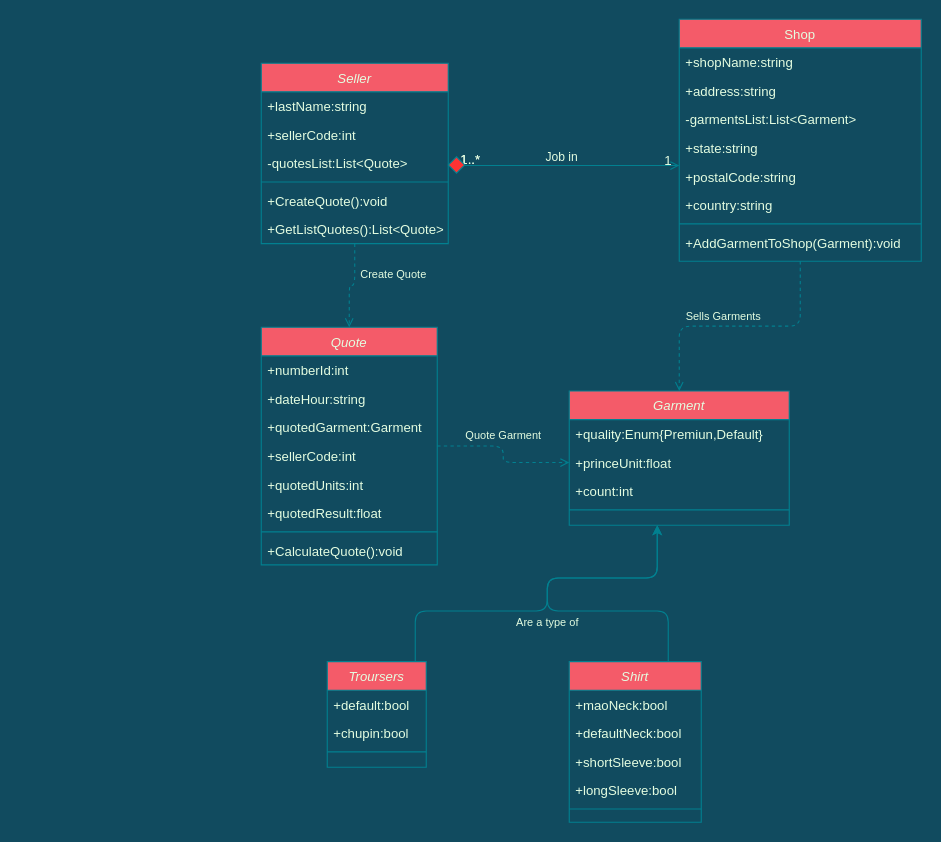
The draw.io diagram Untitled Diagram.drawio in miguelvara456/project-examen-practico-miguel-varas, before the edit. Source tidied: cells renumbered, new cells numbered last; positions are measured from the earlier drawing's top-left corner, leaving out a move shared by most shapes. Both pictures are drawn from the tidied source at 110%, with x=0, y=0 at pixel (261, 19).
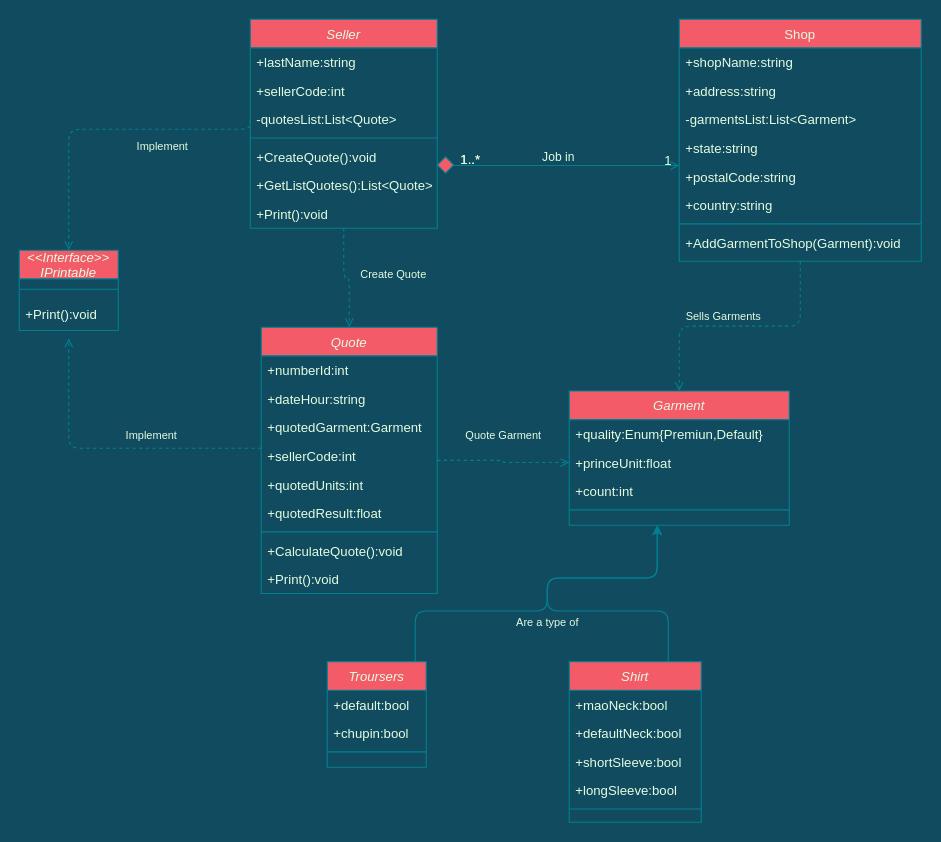
The same page after the edit.

The change refers to these unchanged cells:
```xml
<mxCell id="6" value="-quotesList:List&lt;Quote&gt;" style="text;align=left;verticalAlign=top;spacingLeft=4;spacingRight=4;overflow=hidden;points=[[0,0.5],[1,0.5]];portConstraint=eastwest;rounded=0;shadow=0;html=0;fontColor=#E4FDE1;" parent="3" vertex="1">
  <mxGeometry y="78" width="170" height="26" as="geometry" />
</mxCell>
<mxCell id="11" value="Shop" style="swimlane;fontStyle=0;align=center;verticalAlign=top;horizontal=1;startSize=26;rounded=0;shadow=0;strokeWidth=1;fillColor=#F45B69;strokeColor=#028090;fontColor=#E4FDE1;" parent="1" vertex="1">
  <mxGeometry x="380" width="220" height="220" as="geometry" />
</mxCell>
<mxCell id="35" value="Garment" style="swimlane;fontStyle=2;align=center;verticalAlign=top;horizontal=1;startSize=26;rounded=0;shadow=0;strokeWidth=1;fillColor=#F45B69;strokeColor=#028090;fontColor=#E4FDE1;" parent="1" vertex="1">
  <mxGeometry x="280" y="338" width="200" height="122" as="geometry" />
</mxCell>
<mxCell id="37" value="+princeUnit:float" style="text;align=left;verticalAlign=top;spacingLeft=4;spacingRight=4;overflow=hidden;points=[[0,0.5],[1,0.5]];portConstraint=eastwest;rounded=0;shadow=0;html=0;fontColor=#E4FDE1;" parent="35" vertex="1">
  <mxGeometry y="52" width="200" height="26" as="geometry" />
</mxCell>
<mxCell id="41" value="Troursers" style="swimlane;fontStyle=2;align=center;verticalAlign=top;horizontal=1;startSize=26;rounded=0;shadow=0;strokeWidth=1;fillColor=#F45B69;strokeColor=#028090;fontColor=#E4FDE1;" parent="1" vertex="1">
  <mxGeometry x="60" y="584" width="90" height="96" as="geometry" />
</mxCell>
<mxCell id="46" value="Shirt" style="swimlane;fontStyle=2;align=center;verticalAlign=top;horizontal=1;startSize=26;rounded=0;shadow=0;strokeWidth=1;fillColor=#F45B69;strokeColor=#028090;fontColor=#E4FDE1;" parent="1" vertex="1">
  <mxGeometry x="280" y="584" width="120" height="146" as="geometry" />
</mxCell>
```

Change to the diagram source:
```diff
@@
-    <mxCell id="2" style="edgeStyle=orthogonalEdgeStyle;curved=0;rounded=1;sketch=0;jettySize=auto;html=1;exitX=0.5;exitY=1;exitDx=0;exitDy=0;entryX=0.5;entryY=0;entryDx=0;entryDy=0;dashed=1;fontSize=10;fontColor=#E4FDE1;endArrow=open;endFill=0;strokeColor=#028090;fillColor=#F45B69;" parent="1" edge="1" source="3" target="26">
+    <mxCell id="2" style="edgeStyle=orthogonalEdgeStyle;curved=0;rounded=1;sketch=0;jettySize=auto;html=1;exitX=0.5;exitY=1;exitDx=0;exitDy=0;entryX=0.5;entryY=0;entryDx=0;entryDy=0;dashed=1;fontSize=10;fontColor=#E4FDE1;endArrow=open;endFill=0;strokeColor=#028090;fillColor=#F45B69;labelBackgroundColor=#114B5F;" parent="1" edge="1" source="3" target="26">
       <mxGeometry relative="1" as="geometry" />
     </mxCell>
     <mxCell id="3" value="Seller" style="swimlane;fontStyle=2;align=center;verticalAlign=top;horizontal=1;startSize=26;rounded=0;shadow=0;strokeWidth=1;fillColor=#F45B69;strokeColor=#028090;fontColor=#E4FDE1;" parent="1" vertex="1">
-      <mxGeometry y="40" width="170" height="164" as="geometry" />
+      <mxGeometry x="-10" width="170" height="190" as="geometry" />
     </mxCell>
@@
+    <mxCell id="57" value="+Print():void" style="text;align=left;verticalAlign=top;spacingLeft=4;spacingRight=4;overflow=hidden;rounded=0;shadow=0;html=0;fontColor=#E4FDE1;" parent="3" vertex="1">
+      <mxGeometry y="164" width="170" height="26" as="geometry" />
+    </mxCell>
-    <mxCell id="10" style="edgeStyle=orthogonalEdgeStyle;curved=0;rounded=1;sketch=0;jettySize=auto;html=1;exitX=0.5;exitY=1;exitDx=0;exitDy=0;entryX=0.5;entryY=0;entryDx=0;entryDy=0;dashed=1;fontSize=10;fontColor=#E4FDE1;endArrow=open;endFill=0;strokeColor=#028090;fillColor=#F45B69;" parent="1" edge="1" source="11" target="35">
+    <mxCell id="10" style="edgeStyle=orthogonalEdgeStyle;curved=0;rounded=1;sketch=0;jettySize=auto;html=1;exitX=0.5;exitY=1;exitDx=0;exitDy=0;entryX=0.5;entryY=0;entryDx=0;entryDy=0;dashed=1;fontSize=10;fontColor=#E4FDE1;endArrow=open;endFill=0;strokeColor=#028090;fillColor=#F45B69;labelBackgroundColor=#114B5F;" parent="1" edge="1" source="11" target="35">
       <mxGeometry relative="1" as="geometry" />
     </mxCell>
@@
-    <mxCell id="25" style="edgeStyle=orthogonalEdgeStyle;curved=0;rounded=1;sketch=0;jettySize=auto;html=1;fontColor=#E4FDE1;strokeColor=#028090;fillColor=#F45B69;dashed=1;endArrow=open;endFill=0;" parent="1" edge="1" source="26" target="37">
+    <mxCell id="25" style="edgeStyle=orthogonalEdgeStyle;curved=0;rounded=1;sketch=0;jettySize=auto;html=1;fontColor=#E4FDE1;strokeColor=#028090;fillColor=#F45B69;dashed=1;endArrow=open;endFill=0;labelBackgroundColor=#114B5F;" parent="1" edge="1" source="26" target="37">
       <mxGeometry relative="1" as="geometry" />
     </mxCell>
     <mxCell id="26" value="Quote" style="swimlane;fontStyle=2;align=center;verticalAlign=top;horizontal=1;startSize=26;rounded=0;shadow=0;strokeWidth=1;fillColor=#F45B69;strokeColor=#028090;fontColor=#E4FDE1;" parent="1" vertex="1">
-      <mxGeometry y="280" width="160" height="216" as="geometry" />
+      <mxGeometry y="280" width="160" height="242" as="geometry" />
     </mxCell>
@@
+    <mxCell id="58" value="+Print():void" style="text;align=left;verticalAlign=top;spacingLeft=4;spacingRight=4;overflow=hidden;rounded=0;shadow=0;html=0;fontColor=#E4FDE1;" parent="26" vertex="1">
+      <mxGeometry y="216" width="160" height="26" as="geometry" />
+    </mxCell>
@@
-    <mxCell id="40" style="edgeStyle=orthogonalEdgeStyle;curved=0;rounded=1;sketch=0;jettySize=auto;html=1;fontColor=#E4FDE1;strokeColor=#028090;fillColor=#F45B69;" parent="1" edge="1" source="41">
+    <mxCell id="40" style="edgeStyle=orthogonalEdgeStyle;curved=0;rounded=1;sketch=0;jettySize=auto;html=1;fontColor=#E4FDE1;strokeColor=#028090;fillColor=#F45B69;labelBackgroundColor=#114B5F;" parent="1" edge="1" source="41">
       <mxGeometry relative="1" as="geometry">
         <mxPoint x="360" y="460" as="targetPoint" />
         <Array as="points">
           <mxPoint x="140" y="538" />
           <mxPoint x="260" y="538" />
           <mxPoint x="260" y="508" />
           <mxPoint x="360" y="508" />
         </Array>
       </mxGeometry>
     </mxCell>
@@
-    <mxCell id="45" style="edgeStyle=orthogonalEdgeStyle;curved=0;rounded=1;sketch=0;jettySize=auto;html=1;fontColor=#E4FDE1;strokeColor=#028090;fillColor=#F45B69;" parent="1" edge="1" source="46">
+    <mxCell id="45" style="edgeStyle=orthogonalEdgeStyle;curved=0;rounded=1;sketch=0;jettySize=auto;html=1;fontColor=#E4FDE1;strokeColor=#028090;fillColor=#F45B69;labelBackgroundColor=#114B5F;" parent="1" edge="1" source="46">
       <mxGeometry relative="1" as="geometry">
         <mxPoint x="360" y="460" as="targetPoint" />
         <Array as="points">
           <mxPoint x="370" y="538" />
           <mxPoint x="260" y="538" />
           <mxPoint x="260" y="508" />
           <mxPoint x="360" y="508" />
         </Array>
       </mxGeometry>
     </mxCell>
@@
-    <mxCell id="52" style="rhombus;whiteSpace=wrap;html=1;rounded=0;sketch=0;fontColor=#E4FDE1;strokeColor=#028090;fillColor=#FF3333;" parent="1" vertex="1">
-      <mxGeometry x="170" y="125" width="15" height="15" as="geometry" />
+    <mxCell id="52" style="rhombus;whiteSpace=wrap;html=1;rounded=0;sketch=0;fontColor=#E4FDE1;strokeColor=#028090;fillColor=#F45B69;" parent="1" vertex="1">
+      <mxGeometry x="160" y="125" width="15" height="15" as="geometry" />
     </mxCell>
@@
+    <mxCell id="59" value="&lt;&lt;Interface&gt;&gt;&#10;IPrintable" style="swimlane;fontStyle=2;align=center;verticalAlign=middle;horizontal=1;startSize=26;rounded=0;shadow=0;strokeWidth=1;fillColor=#F45B69;strokeColor=#028090;fontColor=#E4FDE1;swimlaneLine=1;labelBackgroundColor=none;" parent="1" vertex="1">
+      <mxGeometry x="-220" y="210" width="90" height="73" as="geometry" />
+    </mxCell>
+    <mxCell id="60" style="line;html=1;strokeWidth=1;align=left;verticalAlign=middle;spacingTop=-1;spacingLeft=3;spacingRight=3;labelPosition=right;labelBackgroundColor=#114B5F;fillColor=#F45B69;strokeColor=#028090;fontColor=#E4FDE1;rounded=0;fontSize=12;" parent="59" vertex="1">
+      <mxGeometry y="26" width="90" height="19" as="geometry" />
+    </mxCell>
+    <mxCell id="61" value="+Print():void&#10;" style="text;align=left;verticalAlign=top;spacingLeft=4;spacingRight=4;overflow=hidden;points=[[0,0.5],[1,0.5]];portConstraint=eastwest;fontColor=#E4FDE1;rounded=0;" parent="59" vertex="1">
+      <mxGeometry y="45" width="90" height="28" as="geometry" />
+    </mxCell>
+    <mxCell id="62" style="edgeStyle=orthogonalEdgeStyle;curved=0;rounded=1;sketch=0;jettySize=auto;html=1;exitX=0;exitY=0.5;exitDx=0;exitDy=0;dashed=1;fontSize=10;fontColor=#E4FDE1;endArrow=open;endFill=0;strokeColor=#028090;fillColor=#F45B69;entryX=0.5;entryY=0;entryDx=0;entryDy=0;labelBackgroundColor=#114B5F;" parent="1" edge="1" source="6" target="59">
+      <mxGeometry relative="1" as="geometry">
+        <Array as="points">
+          <mxPoint x="-10" y="100" />
+          <mxPoint x="-175" y="100" />
+        </Array>
+      </mxGeometry>
+    </mxCell>
+    <mxCell id="63" style="edgeStyle=orthogonalEdgeStyle;curved=0;rounded=1;sketch=0;jettySize=auto;html=1;exitX=0;exitY=0.5;exitDx=0;exitDy=0;dashed=1;fontSize=10;fontColor=#E4FDE1;endArrow=open;endFill=0;strokeColor=#028090;fillColor=#F45B69;entryX=0.5;entryY=1.25;entryDx=0;entryDy=0;entryPerimeter=0;labelBackgroundColor=#114B5F;" parent="1" edge="1" target="61">
+      <mxGeometry relative="1" as="geometry">
+        <mxPoint y="390" as="sourcePoint" />
+        <Array as="points">
+          <mxPoint x="-175" y="390" />
+        </Array>
+      </mxGeometry>
+    </mxCell>
+    <mxCell id="64" value="Implement" style="text;html=1;align=center;verticalAlign=middle;strokeColor=none;fillColor=none;fontColor=#E4FDE1;fontSize=10;" parent="1" vertex="1">
+      <mxGeometry x="-130" y="368" width="60" height="20" as="geometry" />
+    </mxCell>
+    <mxCell id="65" value="Implement" style="text;html=1;align=center;verticalAlign=middle;strokeColor=none;fillColor=none;fontColor=#E4FDE1;fontSize=10;" parent="1" vertex="1">
+      <mxGeometry x="-120" y="105" width="60" height="20" as="geometry" />
+    </mxCell>
```
